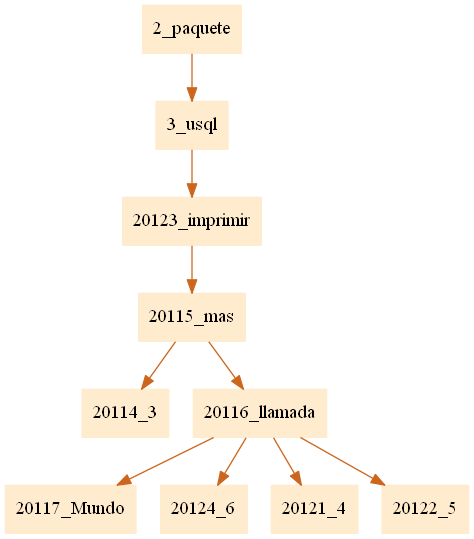
This is pr1Compilarodores2/paquete.png from JamesMelgar/compi2javaccpr1, a Graphviz export, as it was before one commit. Its source is kept beside it as pr1Compilarodores2/paquete.dot.
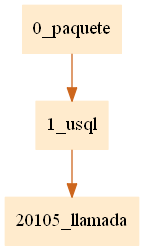
Later version of the same file.

What changed in the source:
```diff
@@ -1,5 +1,5 @@
 digraph G {node[shape=box, style=filled, color=blanchedalmond]; edge[color=chocolate3];rankdir=UD
 
-"2_paquete"->"3_usql""3_usql"->"20123_imprimir""20123_imprimir"->"20115_mas""20115_mas"->"20114_3""20115_mas"->"20116_llamada""20116_llamada"->"20117_Mundo""20116_llamada"->"20124_6""20116_llamada"->"20121_4""20116_llamada"->"20122_5"
+"0_paquete"->"1_usql""1_usql"->"20105_llamada"
 
 }
```
